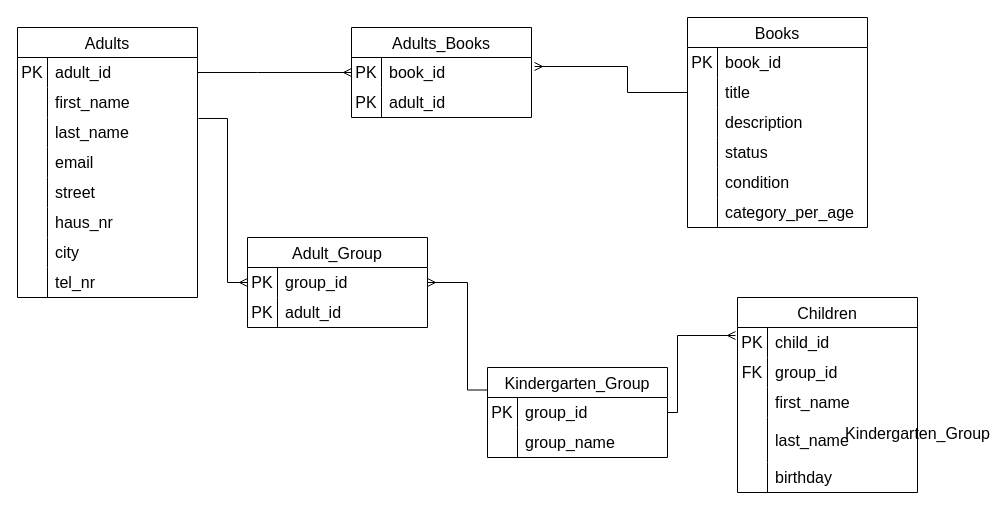
dragica-gj-z/kita-bibliothek keeps this draw.io diagram as database/database.drawio. Above is the earlier version. Source tidied: cells renumbered, new cells numbered last; positions are measured from the earlier drawing's top-left corner, leaving out a move shared by most shapes. Both pictures are drawn from the tidied source at 100%, with x=0, y=0 at pixel (17, 17).
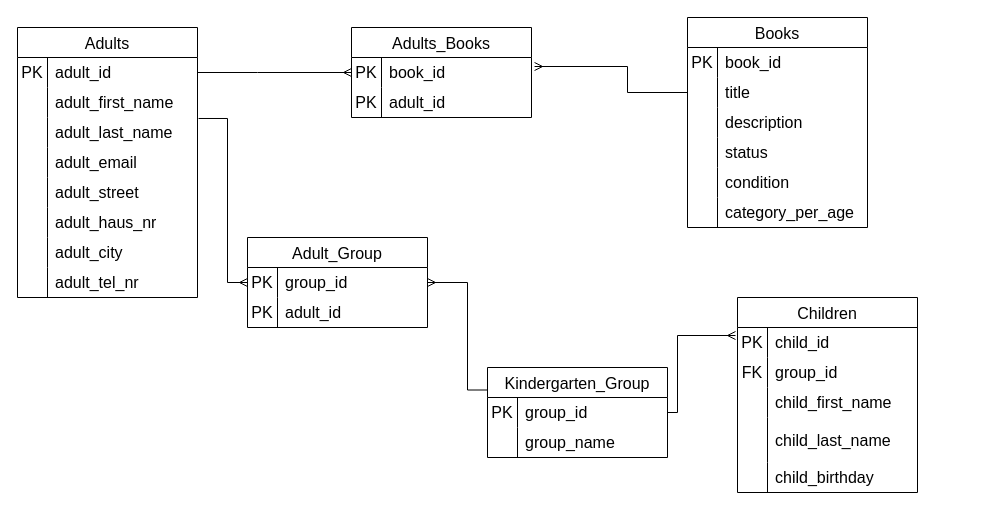
The same page after the edit.

The change refers to these unchanged cells:
```xml
<mxCell id="6" style="shape=tableRow;horizontal=0;startSize=0;swimlaneHead=0;swimlaneBody=0;top=0;left=0;bottom=0;right=0;fillColor=none;strokeColor=inherit;fontSize=16;" parent="2" vertex="1">
  <mxGeometry y="60" width="180" height="30" as="geometry" />
</mxCell>
<mxCell id="9" style="shape=tableRow;horizontal=0;startSize=0;swimlaneHead=0;swimlaneBody=0;top=0;left=0;bottom=0;right=0;fillColor=none;points=[[0,0.5],[1,0.5]];portConstraint=eastwest;strokeColor=inherit;fontSize=16;" parent="2" vertex="1">
  <mxGeometry y="90" width="180" height="30" as="geometry" />
</mxCell>
<mxCell id="12" style="shape=tableRow;horizontal=0;startSize=0;swimlaneHead=0;swimlaneBody=0;top=0;left=0;bottom=0;right=0;fillColor=none;strokeColor=inherit;fontSize=16;" parent="2" vertex="1">
  <mxGeometry y="120" width="180" height="30" as="geometry" />
</mxCell>
<mxCell id="15" style="shape=tableRow;horizontal=0;startSize=0;swimlaneHead=0;swimlaneBody=0;top=0;left=0;bottom=0;right=0;fillColor=none;strokeColor=inherit;fontSize=16;" parent="2" vertex="1">
  <mxGeometry y="150" width="180" height="30" as="geometry" />
</mxCell>
<mxCell id="18" style="shape=tableRow;horizontal=0;startSize=0;swimlaneHead=0;swimlaneBody=0;top=0;left=0;bottom=0;right=0;fillColor=none;strokeColor=inherit;fontSize=16;" parent="2" vertex="1">
  <mxGeometry y="180" width="180" height="30" as="geometry" />
</mxCell>
<mxCell id="21" style="shape=tableRow;horizontal=0;startSize=0;swimlaneHead=0;swimlaneBody=0;top=0;left=0;bottom=0;right=0;fillColor=none;strokeColor=inherit;fontSize=16;" parent="2" vertex="1">
  <mxGeometry y="210" width="180" height="30" as="geometry" />
</mxCell>
<mxCell id="24" style="shape=tableRow;horizontal=0;startSize=0;swimlaneHead=0;swimlaneBody=0;top=0;left=0;bottom=0;right=0;fillColor=none;strokeColor=inherit;fontSize=16;" parent="2" vertex="1">
  <mxGeometry y="240" width="180" height="30" as="geometry" />
</mxCell>
<mxCell id="34" style="shape=tableRow;horizontal=0;startSize=0;swimlaneHead=0;swimlaneBody=0;top=0;left=0;bottom=0;right=0;fillColor=none;strokeColor=inherit;fontSize=16;" parent="27" vertex="1">
  <mxGeometry y="90" width="180" height="30" as="geometry" />
</mxCell>
<mxCell id="37" style="shape=tableRow;horizontal=0;startSize=0;swimlaneHead=0;swimlaneBody=0;top=0;left=0;bottom=0;right=0;fillColor=none;strokeColor=inherit;fontSize=16;" parent="27" vertex="1">
  <mxGeometry y="120" width="180" height="45" as="geometry" />
</mxCell>
<mxCell id="42" style="shape=tableRow;horizontal=0;startSize=0;swimlaneHead=0;swimlaneBody=0;top=0;left=0;bottom=0;right=0;fillColor=none;strokeColor=inherit;fontSize=16;" parent="27" vertex="1">
  <mxGeometry y="165" width="180" height="30" as="geometry" />
</mxCell>
```

What changed in the source:
```diff
@@
-    <mxCell id="8" value="first_name" style="shape=partialRectangle;html=1;whiteSpace=wrap;fillColor=none;top=0;left=0;bottom=0;right=0;align=left;spacingLeft=6;overflow=hidden;strokeColor=inherit;fontSize=16;" parent="6" vertex="1">
+    <mxCell id="8" value="adult_first_name" style="shape=partialRectangle;html=1;whiteSpace=wrap;fillColor=none;top=0;left=0;bottom=0;right=0;align=left;spacingLeft=6;overflow=hidden;strokeColor=inherit;fontSize=16;" parent="6" vertex="1">
       <mxGeometry x="30" width="150" height="30" as="geometry" />
     </mxCell>
@@
-    <mxCell id="11" value="last_name" style="shape=partialRectangle;html=1;whiteSpace=wrap;fillColor=none;top=0;left=0;bottom=0;right=0;align=left;spacingLeft=6;overflow=hidden;strokeColor=inherit;fontSize=16;" parent="9" vertex="1">
+    <mxCell id="11" value="adult_last_name" style="shape=partialRectangle;html=1;whiteSpace=wrap;fillColor=none;top=0;left=0;bottom=0;right=0;align=left;spacingLeft=6;overflow=hidden;strokeColor=inherit;fontSize=16;" parent="9" vertex="1">
       <mxGeometry x="30" width="150" height="30" as="geometry" />
     </mxCell>
@@
-    <mxCell id="14" value="email" style="shape=partialRectangle;html=1;whiteSpace=wrap;fillColor=none;top=0;left=0;bottom=0;right=0;align=left;spacingLeft=6;overflow=hidden;strokeColor=inherit;fontSize=16;" parent="12" vertex="1">
+    <mxCell id="14" value="adult_email" style="shape=partialRectangle;html=1;whiteSpace=wrap;fillColor=none;top=0;left=0;bottom=0;right=0;align=left;spacingLeft=6;overflow=hidden;strokeColor=inherit;fontSize=16;" parent="12" vertex="1">
       <mxGeometry x="30" width="150" height="30" as="geometry" />
     </mxCell>
@@
-    <mxCell id="17" value="street" style="shape=partialRectangle;html=1;whiteSpace=wrap;fillColor=none;top=0;left=0;bottom=0;right=0;align=left;spacingLeft=6;overflow=hidden;strokeColor=inherit;fontSize=16;" parent="15" vertex="1">
+    <mxCell id="17" value="&lt;span style=&quot;color: rgb(0, 0, 0);&quot;&gt;adult_&lt;/span&gt;street" style="shape=partialRectangle;html=1;whiteSpace=wrap;fillColor=none;top=0;left=0;bottom=0;right=0;align=left;spacingLeft=6;overflow=hidden;strokeColor=inherit;fontSize=16;" parent="15" vertex="1">
       <mxGeometry x="30" width="150" height="30" as="geometry" />
     </mxCell>
@@
-    <mxCell id="20" value="haus_nr" style="shape=partialRectangle;html=1;whiteSpace=wrap;fillColor=none;top=0;left=0;bottom=0;right=0;align=left;spacingLeft=6;overflow=hidden;strokeColor=inherit;fontSize=16;" parent="18" vertex="1">
+    <mxCell id="20" value="&lt;span style=&quot;color: rgb(0, 0, 0);&quot;&gt;adult_&lt;/span&gt;haus_nr" style="shape=partialRectangle;html=1;whiteSpace=wrap;fillColor=none;top=0;left=0;bottom=0;right=0;align=left;spacingLeft=6;overflow=hidden;strokeColor=inherit;fontSize=16;" parent="18" vertex="1">
       <mxGeometry x="30" width="150" height="30" as="geometry" />
     </mxCell>
@@
-    <mxCell id="23" value="city" style="shape=partialRectangle;html=1;whiteSpace=wrap;fillColor=none;top=0;left=0;bottom=0;right=0;align=left;spacingLeft=6;overflow=hidden;strokeColor=inherit;fontSize=16;" parent="21" vertex="1">
+    <mxCell id="23" value="&lt;span style=&quot;color: rgb(0, 0, 0);&quot;&gt;adult_&lt;/span&gt;city" style="shape=partialRectangle;html=1;whiteSpace=wrap;fillColor=none;top=0;left=0;bottom=0;right=0;align=left;spacingLeft=6;overflow=hidden;strokeColor=inherit;fontSize=16;" parent="21" vertex="1">
       <mxGeometry x="30" width="150" height="30" as="geometry" />
     </mxCell>
@@
-    <mxCell id="26" value="tel_nr" style="shape=partialRectangle;html=1;whiteSpace=wrap;fillColor=none;top=0;left=0;bottom=0;right=0;align=left;spacingLeft=6;overflow=hidden;strokeColor=inherit;fontSize=16;" parent="24" vertex="1">
+    <mxCell id="26" value="&lt;span style=&quot;color: rgb(0, 0, 0);&quot;&gt;adult_&lt;/span&gt;tel_nr" style="shape=partialRectangle;html=1;whiteSpace=wrap;fillColor=none;top=0;left=0;bottom=0;right=0;align=left;spacingLeft=6;overflow=hidden;strokeColor=inherit;fontSize=16;" parent="24" vertex="1">
       <mxGeometry x="30" width="150" height="30" as="geometry" />
     </mxCell>
@@
-    <mxCell id="36" value="first_name" style="shape=partialRectangle;html=1;whiteSpace=wrap;fillColor=none;top=0;left=0;bottom=0;right=0;align=left;spacingLeft=6;overflow=hidden;strokeColor=inherit;fontSize=16;" parent="34" vertex="1">
+    <mxCell id="36" value="child_first_name" style="shape=partialRectangle;html=1;whiteSpace=wrap;fillColor=none;top=0;left=0;bottom=0;right=0;align=left;spacingLeft=6;overflow=hidden;strokeColor=inherit;fontSize=16;" parent="34" vertex="1">
       <mxGeometry x="30" width="150" height="30" as="geometry" />
     </mxCell>
@@
-    <mxCell id="39" value="last_name" style="shape=partialRectangle;html=1;whiteSpace=wrap;fillColor=none;top=0;left=0;bottom=0;right=0;align=left;spacingLeft=6;overflow=hidden;strokeColor=inherit;fontSize=16;" parent="37" vertex="1">
+    <mxCell id="39" value="&lt;span style=&quot;color: rgb(0, 0, 0);&quot;&gt;child_&lt;/span&gt;last_name" style="shape=partialRectangle;html=1;whiteSpace=wrap;fillColor=none;top=0;left=0;bottom=0;right=0;align=left;spacingLeft=6;overflow=hidden;strokeColor=inherit;fontSize=16;" parent="37" vertex="1">
       <mxGeometry x="30" width="150" height="45" as="geometry" />
     </mxCell>
-    <mxCell id="40" value="Kindergarten_Group" style="shape=table;startSize=30;childLayout=tableLayout;rowLines=0;fontStyle=0;strokeColor=default;fontSize=16;" parent="37" vertex="1">
+    <mxCell id="40" style="shape=table;startSize=30;childLayout=tableLayout;rowLines=0;fontStyle=0;strokeColor=default;fontSize=16;" parent="37" vertex="1">
       <mxGeometry x="180" height="45" as="geometry" />
     </mxCell>
@@
-    <mxCell id="44" value="birthday" style="shape=partialRectangle;html=1;whiteSpace=wrap;fillColor=none;top=0;left=0;bottom=0;right=0;align=left;spacingLeft=6;overflow=hidden;strokeColor=inherit;fontSize=16;" parent="42" vertex="1">
+    <mxCell id="44" value="&lt;span style=&quot;color: rgb(0, 0, 0);&quot;&gt;child_&lt;/span&gt;birthday" style="shape=partialRectangle;html=1;whiteSpace=wrap;fillColor=none;top=0;left=0;bottom=0;right=0;align=left;spacingLeft=6;overflow=hidden;strokeColor=inherit;fontSize=16;" parent="42" vertex="1">
       <mxGeometry x="30" width="150" height="30" as="geometry" />
     </mxCell>
```
